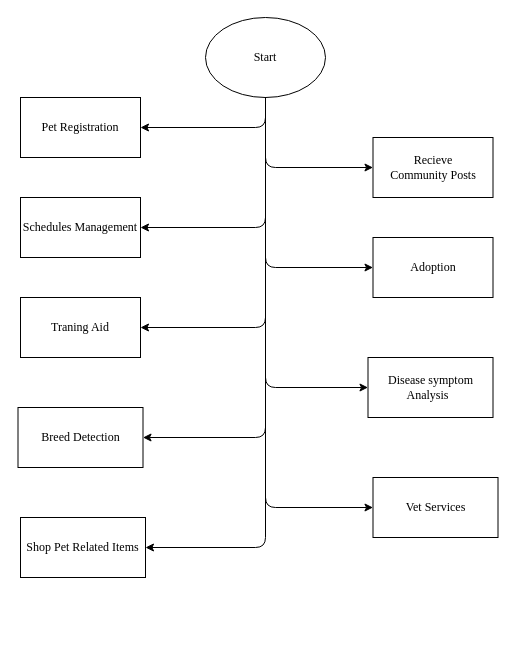
The draw.io diagram Diagrams/System_Overview.drawio in Rayal-Khatri/HlwPet, before the edit. Source tidied: cells renumbered, new cells numbered last; positions are measured from the earlier drawing's top-left corner, leaving out a move shared by most shapes. Both pictures are drawn from the tidied source at 100%, with x=0, y=0 at pixel (18, 17).
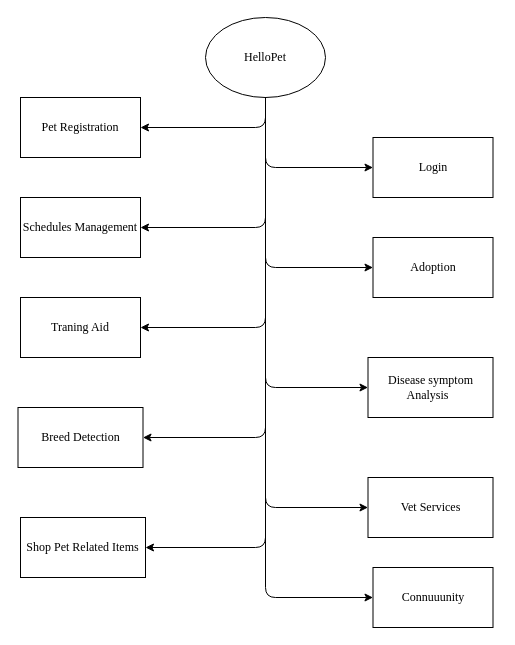
Above is the later version.

Change to the diagram source:
```diff
@@
-    <mxCell id="7" value="Recieve&lt;br&gt;Community Posts" style="rounded=0;whiteSpace=wrap;html=1;fontFamily=Times New Roman;" parent="1" vertex="1">
+    <mxCell id="7" value="Login" style="rounded=0;whiteSpace=wrap;html=1;fontFamily=Times New Roman;" parent="1" vertex="1">
       <mxGeometry x="354.5" y="120" width="120" height="60" as="geometry" />
     </mxCell>
@@
     <mxCell id="9" value="Vet Services" style="rounded=0;whiteSpace=wrap;html=1;fontFamily=Times New Roman;" parent="1" vertex="1">
-      <mxGeometry x="354.5" y="460" width="125" height="60" as="geometry" />
+      <mxGeometry x="349.5" y="460" width="125" height="60" as="geometry" />
     </mxCell>
@@
-    <mxCell id="14" value="Start" style="ellipse;whiteSpace=wrap;html=1;fontFamily=Times New Roman;" parent="1" vertex="1">
+    <mxCell id="14" value="HelloPet" style="ellipse;whiteSpace=wrap;html=1;fontFamily=Times New Roman;" parent="1" vertex="1">
       <mxGeometry x="187" width="120" height="80" as="geometry" />
     </mxCell>
@@
+    <mxCell id="21" value="Connuuunity" style="rounded=0;whiteSpace=wrap;html=1;fontFamily=Times New Roman;" parent="1" vertex="1">
+      <mxGeometry x="354.5" y="550" width="120" height="60" as="geometry" />
+    </mxCell>
+    <mxCell id="22" style="endArrow=classic;html=1;fontFamily=Times New Roman;entryX=0;entryY=0.5;entryDx=0;entryDy=0;exitX=0.5;exitY=1;exitDx=0;exitDy=0;" parent="1" edge="1" source="14" target="21">
+      <mxGeometry relative="1" as="geometry">
+        <Array as="points">
+          <mxPoint x="247" y="580" />
+        </Array>
+      </mxGeometry>
+    </mxCell>
```
